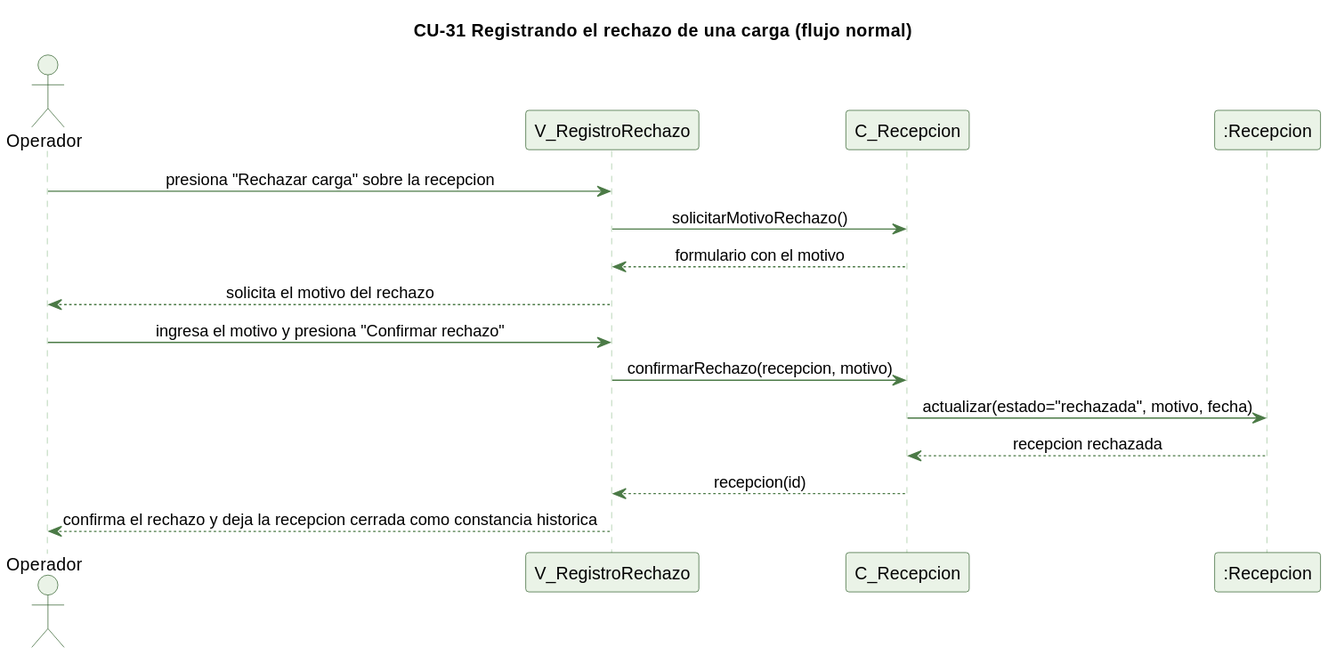
The PlantUML diagram docs/trabajo-grupal/diagramas/secuencias/cu31-rechazo-normal.svg in kenjikaese/Triverde, before a commit. Its diagram source:
```plantuml
@startuml
skinparam backgroundColor #FFFFFF
skinparam shadowing false
skinparam defaultFontName Helvetica
skinparam sequenceMessageAlign center
skinparam ParticipantBackgroundColor #EAF3E7
skinparam ParticipantBorderColor #2E5E2A
skinparam ActorBackgroundColor #EAF3E7
skinparam ActorBorderColor #2E5E2A
skinparam sequenceLifeLineBorderColor #9CC49A
skinparam ArrowColor #4B7A46

title CU-31 Registrando el rechazo de una carga (flujo normal)

actor Operador
participant "V_RegistroRechazo" as V
participant "C_Recepcion" as C
participant ":Recepcion" as R

Operador -> V : presiona "Rechazar carga" sobre la recepcion
V -> C : solicitarMotivoRechazo()
C --> V : formulario con el motivo
V --> Operador : solicita el motivo del rechazo

Operador -> V : ingresa el motivo y presiona "Confirmar rechazo"
V -> C : confirmarRechazo(recepcion, motivo)
C -> R : actualizar(estado="rechazada", motivo, fecha)
R --> C : recepcion rechazada
C --> V : recepcion(id)
V --> Operador : confirma el rechazo y deja la recepcion cerrada como constancia historica
@enduml
```
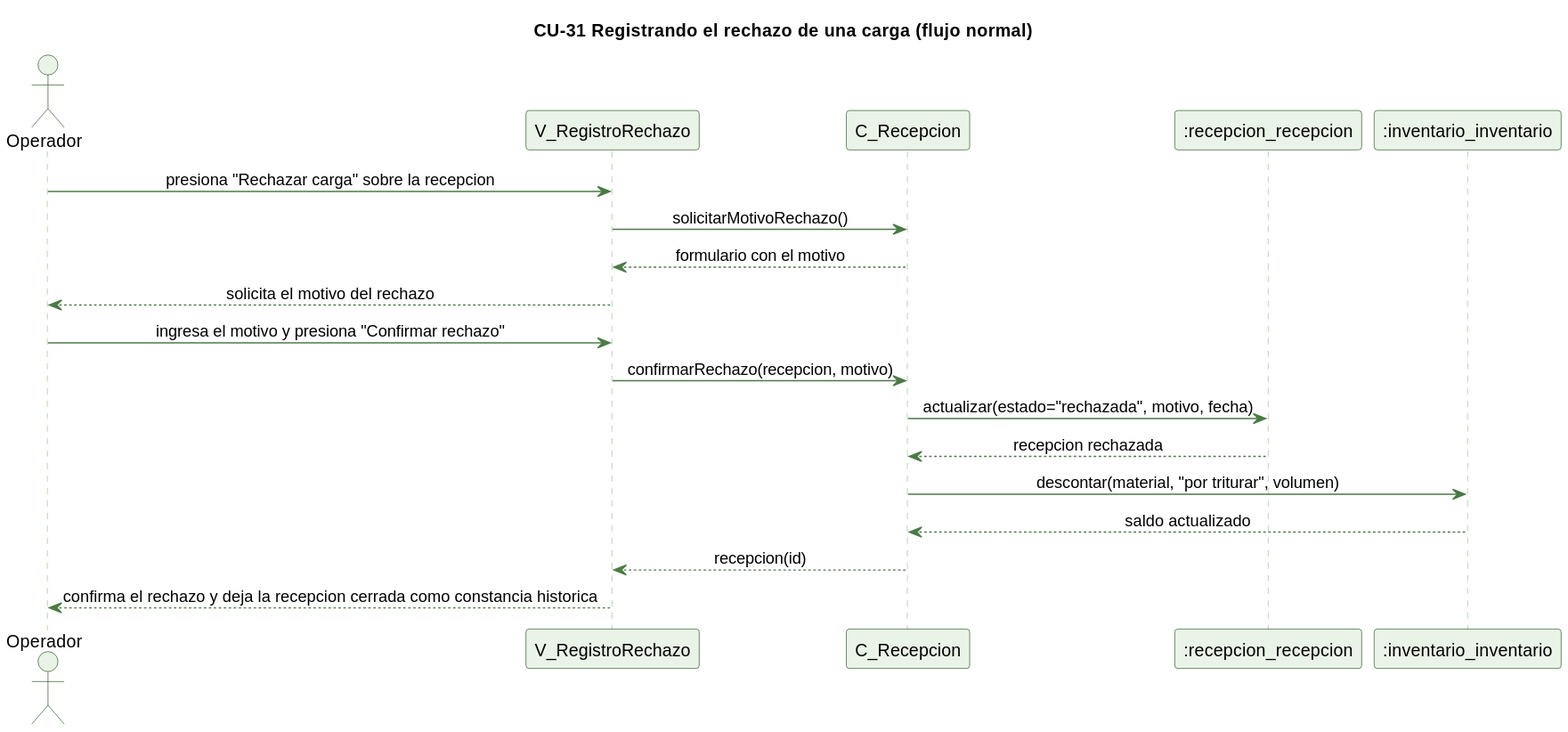
Later version of the same file.

Commit message:
C_Recepcion: aceptar, multa y rechazo; el rechazo revierte el inventario (CU-30, CU-31)

The edit, as a diff of the source:
```diff
@@ -15,7 +15,8 @@
 actor Operador
 participant "V_RegistroRechazo" as V
 participant "C_Recepcion" as C
-participant ":Recepcion" as R
+participant ":recepcion_recepcion" as R
+participant ":inventario_inventario" as I
 
 Operador -> V : presiona "Rechazar carga" sobre la recepcion
 V -> C : solicitarMotivoRechazo()
@@ -26,6 +27,8 @@
 V -> C : confirmarRechazo(recepcion, motivo)
 C -> R : actualizar(estado="rechazada", motivo, fecha)
 R --> C : recepcion rechazada
+C -> I : descontar(material, "por triturar", volumen)
+I --> C : saldo actualizado
 C --> V : recepcion(id)
 V --> Operador : confirma el rechazo y deja la recepcion cerrada como constancia historica
 @enduml
```
